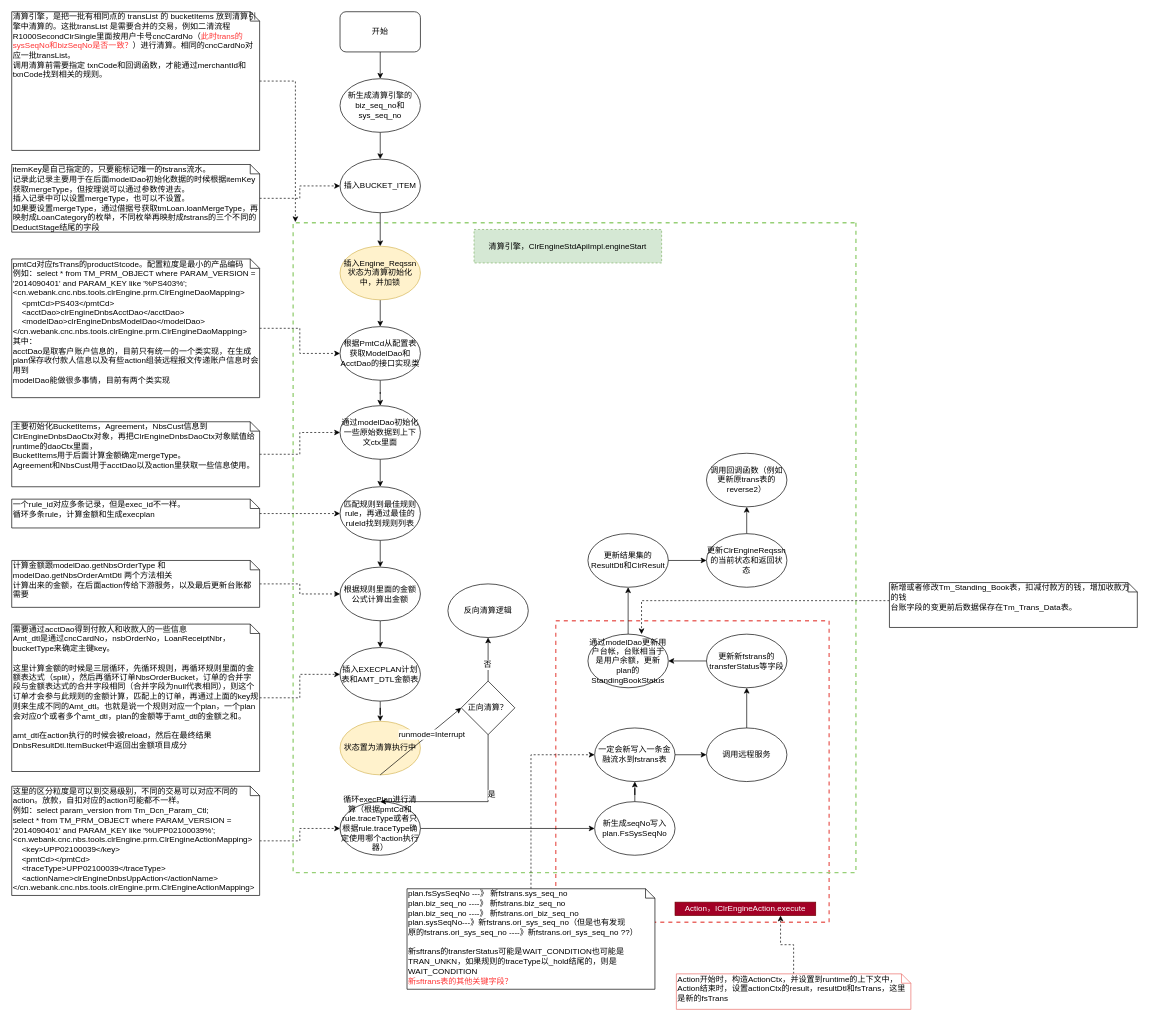
The draw.io diagram 清算引擎.drawio in staconfree/design, before the edit. Source tidied: cells renumbered, new cells numbered last; positions are measured from the earlier drawing's top-left corner, leaving out a move shared by most shapes. Both pictures are drawn from the tidied source at 67%, with x=0, y=0 at pixel (11, 11).
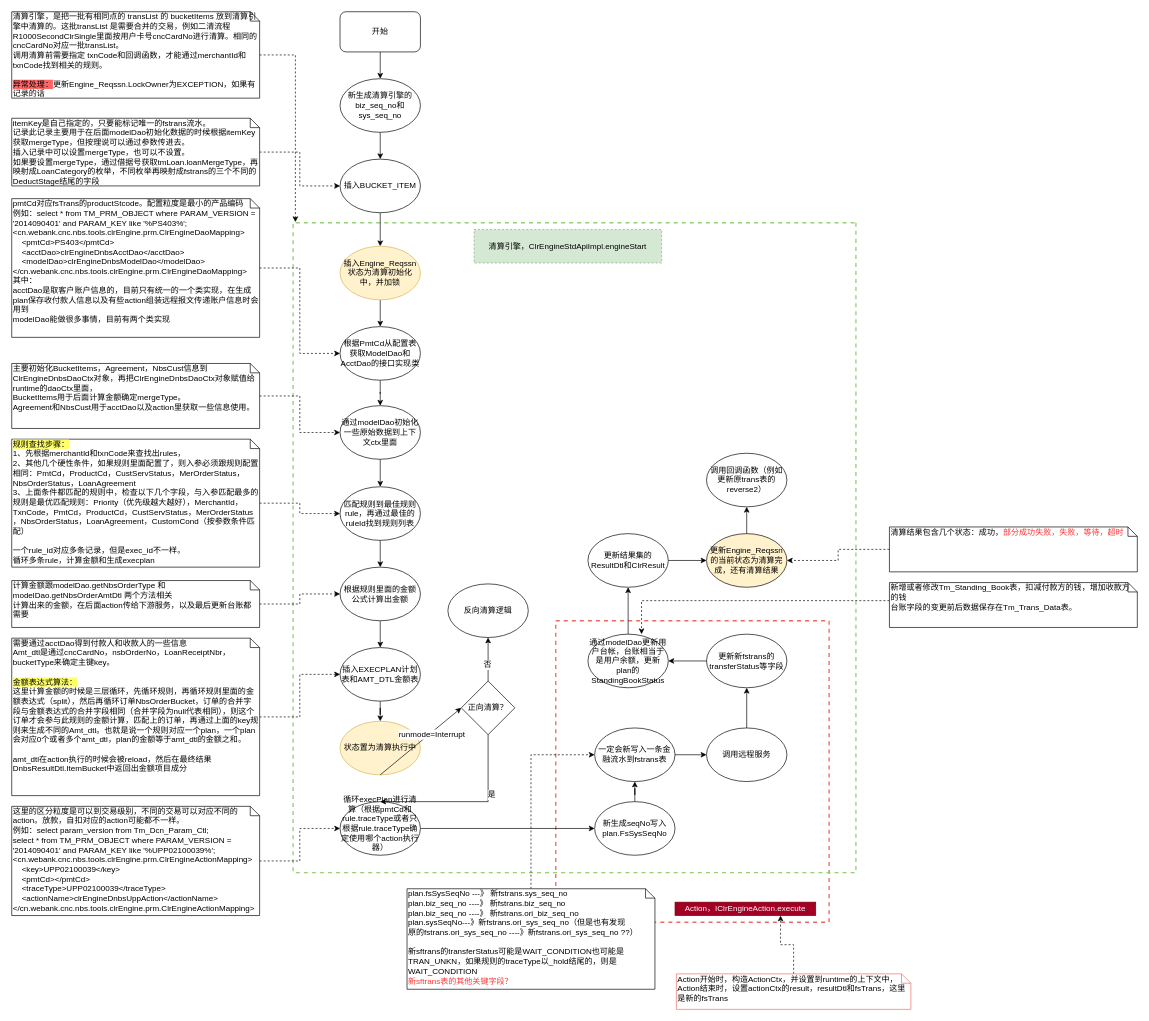
The same diagram, later.

Commit message:
更新清算引擎.drawio

What changed in the source:
```diff
@@
     <mxCell id="13" value="pmtCd对应fsTrans的productStcode。配置粒度是最小的产品编码&lt;br&gt;例如：select * from TM_PRM_OBJECT where PARAM_VERSION = '2014090401' and PARAM_KEY like '%PS403%';&lt;br&gt;&amp;lt;cn.webank.cnc.nbs.tools.clrEngine.prm.ClrEngineDaoMapping&amp;gt;&lt;br&gt;&amp;nbsp;&amp;nbsp;&amp;nbsp; &amp;lt;pmtCd&amp;gt;PS403&amp;lt;/pmtCd&amp;gt;&lt;br&gt;&amp;nbsp;&amp;nbsp;&amp;nbsp; &amp;lt;acctDao&amp;gt;clrEngineDnbsAcctDao&amp;lt;/acctDao&amp;gt;&lt;br&gt;&amp;nbsp;&amp;nbsp;&amp;nbsp; &amp;lt;modelDao&amp;gt;clrEngineDnbsModelDao&amp;lt;/modelDao&amp;gt;&lt;br&gt;&lt;div&gt;&amp;lt;/cn.webank.cnc.nbs.tools.clrEngine.prm.ClrEngineDaoMapping&amp;gt;&lt;/div&gt;&lt;div&gt;其中：&lt;/div&gt;&lt;div&gt;acctDao是取客户账户信息的，目前只有统一的一个类实现，在生成plan保存收付款人信息以及有些action组装远程报文传递账户信息时会用到&lt;/div&gt;&lt;div&gt;modelDao能做很多事情，目前有两个类实现&lt;br&gt;&lt;/div&gt;" style="shape=note;whiteSpace=wrap;html=1;size=14;verticalAlign=top;align=left;spacingTop=-6;" parent="1" vertex="1">
-      <mxGeometry y="369" width="370" height="207" as="geometry" />
+      <mxGeometry y="279" width="370" height="207" as="geometry" />
     </mxCell>
@@
     <mxCell id="28" value="&lt;div&gt;这里的区分粒度是可以到交易级别，不同的交易可以对应不同的action。放款，自扣对应的action可能都不一样。&lt;br&gt;&lt;/div&gt;&lt;div&gt;例如：select param_version from Tm_Dcn_Param_Ctl;&lt;/div&gt;&lt;div&gt;select * from TM_PRM_OBJECT where PARAM_VERSION = '2014090401' and PARAM_KEY like '%UPP02100039%';&lt;/div&gt;&amp;lt;cn.webank.cnc.nbs.tools.clrEngine.prm.ClrEngineActionMapping&amp;gt;&lt;br&gt;&amp;nbsp;&amp;nbsp;&amp;nbsp; &amp;lt;key&amp;gt;UPP02100039&amp;lt;/key&amp;gt;&lt;br&gt;&amp;nbsp;&amp;nbsp;&amp;nbsp; &amp;lt;pmtCd&amp;gt;&amp;lt;/pmtCd&amp;gt;&lt;br&gt;&amp;nbsp;&amp;nbsp;&amp;nbsp; &amp;lt;traceType&amp;gt;UPP02100039&amp;lt;/traceType&amp;gt;&lt;br&gt;&amp;nbsp;&amp;nbsp;&amp;nbsp; &amp;lt;actionName&amp;gt;clrEngineDnbsUppAction&amp;lt;/actionName&amp;gt;&lt;br&gt;&amp;lt;/cn.webank.cnc.nbs.tools.clrEngine.prm.ClrEngineActionMapping&amp;gt;" style="shape=note;whiteSpace=wrap;html=1;size=14;verticalAlign=top;align=left;spacingTop=-6;" parent="1" vertex="1">
-      <mxGeometry y="1156" width="370" height="163" as="geometry" />
+      <mxGeometry y="1186" width="370" height="163" as="geometry" />
     </mxCell>
@@
     <mxCell id="42" value="计算金额跟modelDao.getNbsOrderType 和modelDao.getNbsOrderAmtDtl 两个方法相关&lt;br&gt;计算出来的金额，在后面action传给下游服务，以及最后更新台账都需要" style="shape=note;whiteSpace=wrap;html=1;size=14;verticalAlign=top;align=left;spacingTop=-6;" parent="1" vertex="1">
-      <mxGeometry y="819" width="370" height="70" as="geometry" />
+      <mxGeometry y="849" width="370" height="70" as="geometry" />
     </mxCell>
@@
-    <mxCell id="44" value="&lt;div&gt;更新ClrEngineReqssn的当前状态和返回状态&lt;/div&gt;" style="ellipse;whiteSpace=wrap;html=1;" parent="1" vertex="1">
+    <mxCell id="44" value="&lt;div&gt;更新Engine_Reqssn的当前状态为清算完成，还有清算结果&lt;/div&gt;" style="ellipse;whiteSpace=wrap;html=1;fillColor=#FFF2CC;" parent="1" vertex="1">
       <mxGeometry x="1037" y="779" width="120" height="80" as="geometry" />
     </mxCell>
@@
     <mxCell id="59" value="&lt;div&gt;主要初始化BucketItems，Agreement，NbsCust信息到ClrEngineDnbsDaoCtx对象，再把ClrEngineDnbsDaoCtx对象赋值给runtime的daoCtx里面，&lt;/div&gt;&lt;div&gt;BucketItems用于后面计算金额确定mergeType。&lt;/div&gt;&lt;div&gt;Agreement和NbsCust用于acctDao以及action里获取一些信息使用。&lt;/div&gt;" style="shape=note;whiteSpace=wrap;html=1;size=14;verticalAlign=top;align=left;spacingTop=-6;" parent="1" vertex="1">
-      <mxGeometry y="612" width="370" height="97" as="geometry" />
+      <mxGeometry y="525" width="370" height="97" as="geometry" />
     </mxCell>
@@
-    <mxCell id="61" value="需要通过acctDao得到付款人和收款人的一些信息&lt;br&gt;&lt;div&gt;Amt_dtl是通过cncCardNo，nsbOrderNo，LoanReceiptNbr，bucketType来确定主键key。&lt;/div&gt;&lt;div&gt;&lt;br&gt;&lt;/div&gt;&lt;div&gt;这里计算金额的时候是三层循环，先循环规则，再循环规则里面的金额表达式（split），然后再循环订单NbsOrderBucket，订单的合并字段与金额表达式的合并字段相同（合并字段为null代表相同），则这个订单才会参与此规则的金额计算，匹配上的订单，再通过上面的key规则来生成不同的Amt_dtl。也就是说一个规则对应一个plan，一个plan会对应0个或者多个amt_dtl，plan的金额等于amt_dtl的金额之和。&lt;/div&gt;&lt;div&gt;&lt;br&gt;&lt;/div&gt;&lt;div&gt;amt_dtl在action执行的时候会被reload，然后在最终结果DnbsResultDtl.ItemBucket中返回出金额项目成分&lt;br&gt;&lt;/div&gt;&lt;div&gt;&lt;br&gt;&lt;/div&gt;" style="shape=note;whiteSpace=wrap;html=1;size=14;verticalAlign=top;align=left;spacingTop=-6;" parent="1" vertex="1">
-      <mxGeometry y="914" width="370" height="220" as="geometry" />
+    <mxCell id="61" value="需要通过acctDao得到付款人和收款人的一些信息&lt;br&gt;&lt;div&gt;Amt_dtl是通过cncCardNo，nsbOrderNo，LoanReceiptNbr，bucketType来确定主键key。&lt;/div&gt;&lt;div&gt;&lt;br&gt;&lt;/div&gt;&lt;div&gt;&lt;span style=&quot;background-color: rgb(255 , 255 , 102)&quot;&gt;金额表达式算法：&lt;/span&gt;&lt;br&gt;&lt;/div&gt;&lt;div&gt;这里计算金额的时候是三层循环，先循环规则，再循环规则里面的金额表达式（split），然后再循环订单NbsOrderBucket，订单的合并字段与金额表达式的合并字段相同（合并字段为null代表相同），则这个订单才会参与此规则的金额计算，匹配上的订单，再通过上面的key规则来生成不同的Amt_dtl。也就是说一个规则对应一个plan，一个plan会对应0个或者多个amt_dtl，plan的金额等于amt_dtl的金额之和。&lt;/div&gt;&lt;div&gt;&lt;br&gt;&lt;/div&gt;&lt;div&gt;amt_dtl在action执行的时候会被reload，然后在最终结果DnbsResultDtl.ItemBucket中返回出金额项目成分&lt;br&gt;&lt;/div&gt;&lt;div&gt;&lt;br&gt;&lt;/div&gt;" style="shape=note;whiteSpace=wrap;html=1;size=14;verticalAlign=top;align=left;spacingTop=-6;" parent="1" vertex="1">
+      <mxGeometry y="935" width="370" height="235" as="geometry" />
     </mxCell>
@@
-    <mxCell id="63" value="一个rule_id对应多条记录，但是exec_id不一样。&lt;br&gt;循环多条rule，计算金额和生成execplan" style="shape=note;whiteSpace=wrap;html=1;size=14;verticalAlign=top;align=left;spacingTop=-6;" parent="1" vertex="1">
-      <mxGeometry y="727.5" width="370" height="43" as="geometry" />
+    <mxCell id="63" value="&lt;div&gt;&lt;span style=&quot;background-color: rgb(255 , 255 , 102)&quot;&gt;规则查找步骤：&lt;/span&gt;&lt;br&gt;&lt;/div&gt;&lt;div&gt;1、先根据merchantId和txnCode来查找出rules，&lt;br&gt;2、其他几个硬性条件，如果规则里面配置了，则入参必须跟规则配置相同：PmtCd，ProductCd，CustServStatus，MerOrderStatus，&lt;/div&gt;&lt;div&gt;NbsOrderStatus，LoanAgreement&lt;br&gt;3、上面条件都匹配的规则中，检查以下几个字段，与入参匹配最多的规则是最优匹配规则：Priority（优先级越大越好），MerchantId，&lt;/div&gt;&lt;div&gt;TxnCode，PmtCd，ProductCd，CustServStatus，MerOrderStatus&lt;/div&gt;&lt;div&gt;，NbsOrderStatus，LoanAgreement，CustomCond（按参数条件匹配）&lt;br&gt;&lt;br&gt;&lt;/div&gt;&lt;div&gt;一个rule_id对应多条记录，但是exec_id不一样。&lt;/div&gt;循环多条rule，计算金额和生成execplan" style="shape=note;whiteSpace=wrap;html=1;size=14;verticalAlign=top;align=left;spacingTop=-6;" parent="1" vertex="1">
+      <mxGeometry y="638" width="370" height="191" as="geometry" />
     </mxCell>
@@
-    <mxCell id="65" value="&lt;div&gt;清算引擎，是把一批有相同点的 transList 的 bucketItems 放到清算引擎中清算的。这批transList 是需要合并的交易，例如二清流程R1000SecondClrSingle里面按用户卡号cncCardNo（&lt;font color=&quot;#FF3333&quot;&gt;此时trans的sysSeqNo和bizSeqNo是否一致？&lt;/font&gt;）进行清算。相同的cncCardNo对应一批transList。&lt;/div&gt;&lt;div&gt;调用清算前需要指定 txnCode和回调函数，才能通过merchantId和txnCode找到相关的规则。&lt;br&gt;&lt;br&gt;&lt;/div&gt;" style="shape=note;whiteSpace=wrap;html=1;size=14;verticalAlign=top;align=left;spacingTop=-6;" parent="1" vertex="1">
-      <mxGeometry width="370" height="207" as="geometry" />
+    <mxCell id="65" value="&lt;div&gt;清算引擎，是把一批有相同点的 transList 的 bucketItems 放到清算引擎中清算的。这批transList 是需要合并的交易，例如二清流程R1000SecondClrSingle里面按用户卡号cncCardNo进行清算。相同的cncCardNo对应一批transList。&lt;/div&gt;&lt;div&gt;调用清算前需要指定 txnCode和回调函数，才能通过merchantId和txnCode找到相关的规则。&lt;br&gt;&lt;/div&gt;&lt;div&gt;&lt;br&gt;&lt;/div&gt;&lt;div&gt;&lt;span style=&quot;background-color: rgb(255 , 102 , 102)&quot;&gt;异常处理：&lt;/span&gt;更新Engine_Reqssn.LockOwner为EXCEPTION，如果有记录的话&lt;br&gt;&lt;/div&gt;" style="shape=note;whiteSpace=wrap;html=1;size=14;verticalAlign=top;align=left;spacingTop=-6;" parent="1" vertex="1">
+      <mxGeometry width="370" height="129" as="geometry" />
     </mxCell>
@@
     <mxCell id="69" value="&lt;div&gt;itemKey是自己指定的，只要能标记唯一的fstrans流水。&lt;/div&gt;&lt;div&gt;记录此记录主要用于在后面modelDao初始化数据的时候根据itemKey获取mergeType，但按理说可以通过参数传进去。&lt;br&gt;&lt;/div&gt;&lt;div&gt;插入记录中可以设置mergeType，也可以不设置。&lt;/div&gt;&lt;div&gt;如果要设置mergeType，通过借据号获取tmLoan.loanMergeType，再映射成LoanCategory的枚举，不同枚举再映射成fstrans的三个不同的DeductStage结尾的字段&lt;br&gt;&lt;/div&gt;" style="shape=note;whiteSpace=wrap;html=1;size=14;verticalAlign=top;align=left;spacingTop=-6;" parent="1" vertex="1">
-      <mxGeometry y="228" width="370" height="101" as="geometry" />
+      <mxGeometry y="159" width="370" height="101" as="geometry" />
     </mxCell>
@@
+    <mxCell id="72" style="edgeStyle=orthogonalEdgeStyle;rounded=0;jettySize=auto;html=1;entryX=1;entryY=0.5;entryDx=0;entryDy=0;dashed=1;" parent="1" edge="1" source="73" target="44">
+      <mxGeometry relative="1" as="geometry" />
+    </mxCell>
+    <mxCell id="73" value="清算结果包含几个状态：成功，&lt;font color=&quot;#FF3333&quot;&gt;部分成功失败，失败，等待，超时&lt;/font&gt;" style="shape=note;whiteSpace=wrap;html=1;size=14;verticalAlign=top;align=left;spacingTop=-6;" parent="1" vertex="1">
+      <mxGeometry x="1310" y="769" width="370" height="67" as="geometry" />
+    </mxCell>
```
